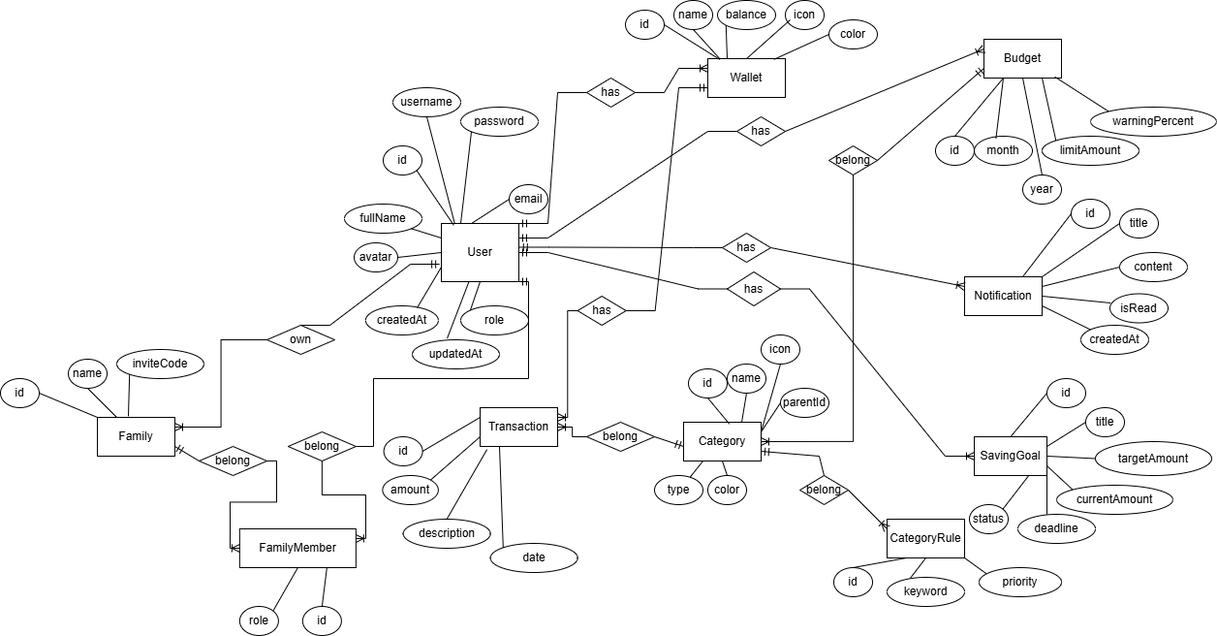
This is docs/phantich/erd.drawio.png from KhoiLMinh/personal-finance-management, a draw.io export, as it was before one commit. Source tidied: cells renumbered, new cells last; positions are measured from the earlier drawing's top-left corner, leaving out a move shared by most shapes.
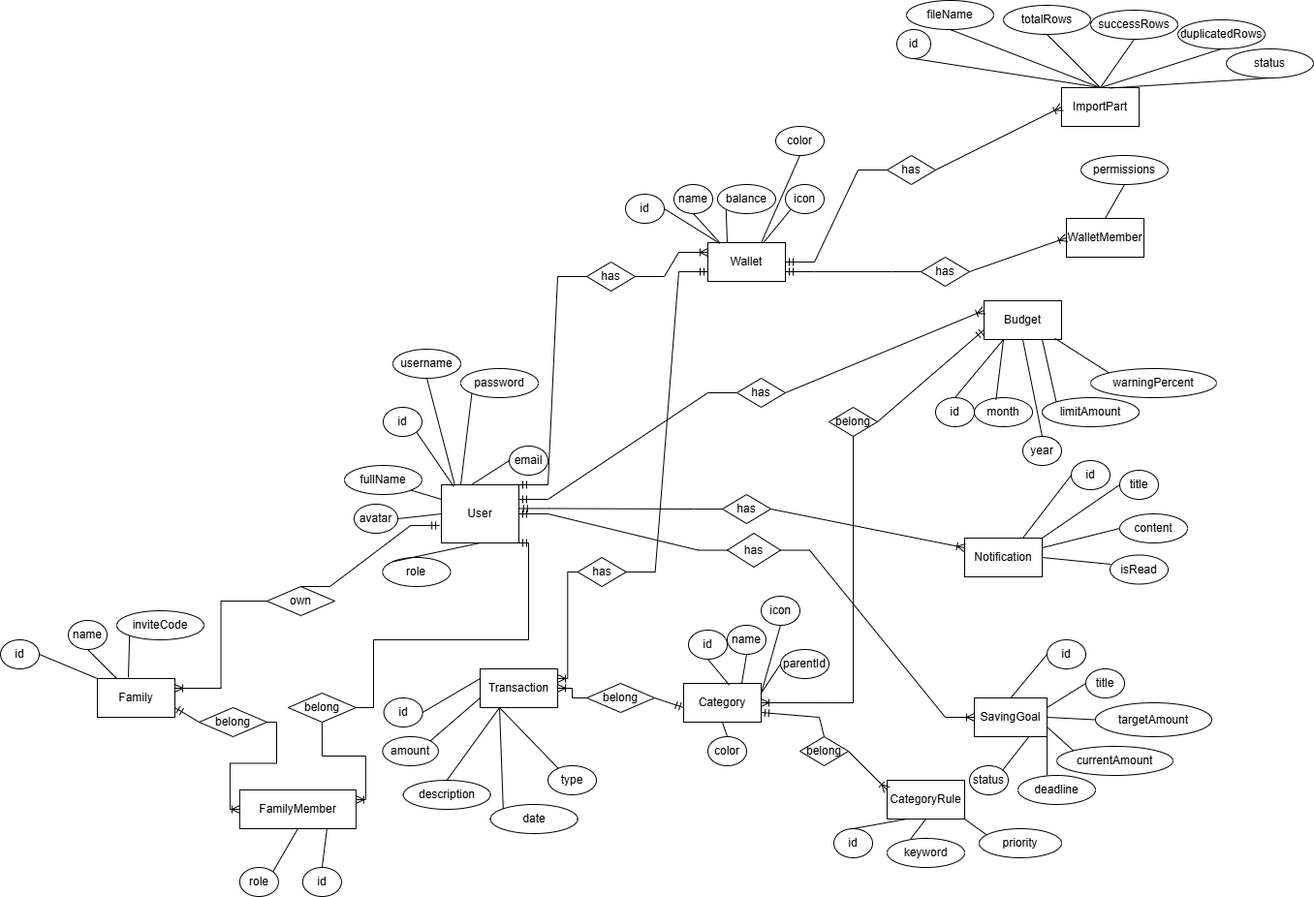
The same diagram one commit later.

Commit message:
Them khao sat 1 ung dung, bang so sanh, cac yeu cau chuc nang va phi chuc nang, so do usecase/ dacta usecase, so do lop

The edit, as a diff of the source:
```diff
@@ -6,7 +6,7 @@
       <mxGeometry x="455" y="230" width="80" height="60" as="geometry" />
     </mxCell>
     <mxCell id="3" value="Wallet" style="rounded=0;whiteSpace=wrap;html=1;" parent="1" vertex="1">
-      <mxGeometry x="730" y="60" width="80" height="40" as="geometry" />
+      <mxGeometry x="730" y="-20" width="80" height="40" as="geometry" />
     </mxCell>
     <mxCell id="4" value="Category" style="rounded=0;whiteSpace=wrap;html=1;" parent="1" vertex="1">
       <mxGeometry x="705" y="435" width="80" height="40" as="geometry" />
@@ -26,9 +26,6 @@
     <mxCell id="9" value="id" style="ellipse;whiteSpace=wrap;html=1;" parent="1" vertex="1">
       <mxGeometry x="395" y="150" width="40" height="30" as="geometry" />
     </mxCell>
-    <mxCell id="10" value="createdAt" style="ellipse;whiteSpace=wrap;html=1;" parent="1" vertex="1">
-      <mxGeometry x="376.9" y="315" width="75" height="30" as="geometry" />
-    </mxCell>
     <mxCell id="11" value="avatar" style="ellipse;whiteSpace=wrap;html=1;" parent="1" vertex="1">
       <mxGeometry x="365" y="250" width="45" height="30" as="geometry" />
     </mxCell>
@@ -42,14 +39,11 @@
       <mxGeometry x="475" y="110" width="80" height="30" as="geometry" />
     </mxCell>
     <mxCell id="15" value="id" style="ellipse;whiteSpace=wrap;html=1;" parent="1" vertex="1">
-      <mxGeometry x="645" y="10" width="40" height="30" as="geometry" />
+      <mxGeometry x="645" y="-70" width="40" height="30" as="geometry" />
     </mxCell>
     <mxCell id="16" value="role" style="ellipse;whiteSpace=wrap;html=1;" parent="1" vertex="1">
-      <mxGeometry x="475" y="315" width="70" height="30" as="geometry" />
+      <mxGeometry x="394.4" y="305" width="70" height="30" as="geometry" />
     </mxCell>
-    <mxCell id="17" value="updatedAt" style="ellipse;whiteSpace=wrap;html=1;" parent="1" vertex="1">
-      <mxGeometry x="425" y="350" width="90" height="30" as="geometry" />
-    </mxCell>
     <mxCell id="18" value="username" style="ellipse;whiteSpace=wrap;html=1;" parent="1" vertex="1">
       <mxGeometry x="405" y="90" width="70" height="30" as="geometry" />
     </mxCell>
@@ -74,26 +68,20 @@
     <mxCell id="25" style="endArrow=none;html=1;rounded=0;exitX=1;exitY=0.5;exitDx=0;exitDy=0;entryX=0;entryY=0.5;entryDx=0;entryDy=0;" parent="1" edge="1" source="11" target="2">
       <mxGeometry relative="1" as="geometry" />
     </mxCell>
-    <mxCell id="26" style="endArrow=none;html=1;rounded=0;exitX=0.709;exitY=0.067;exitDx=0;exitDy=0;entryX=0;entryY=0.75;entryDx=0;entryDy=0;exitPerimeter=0;" parent="1" edge="1" source="10" target="2">
-      <mxGeometry relative="1" as="geometry" />
-    </mxCell>
-    <mxCell id="27" style="endArrow=none;html=1;rounded=0;exitX=0.4;exitY=-0.047;exitDx=0;exitDy=0;exitPerimeter=0;" parent="1" edge="1" source="17" target="2">
-      <mxGeometry relative="1" as="geometry" />
-    </mxCell>
     <mxCell id="28" style="endArrow=none;html=1;rounded=0;entryX=0;entryY=0;entryDx=0;entryDy=0;exitX=0.5;exitY=1;exitDx=0;exitDy=0;" parent="1" edge="1" source="2" target="16">
       <mxGeometry relative="1" as="geometry" />
     </mxCell>
     <mxCell id="29" value="balance" style="ellipse;whiteSpace=wrap;html=1;" parent="1" vertex="1">
-      <mxGeometry x="740" width="60" height="30" as="geometry" />
+      <mxGeometry x="740" y="-80" width="60" height="30" as="geometry" />
     </mxCell>
     <mxCell id="30" value="name" style="ellipse;whiteSpace=wrap;html=1;" parent="1" vertex="1">
-      <mxGeometry x="695" width="40" height="30" as="geometry" />
+      <mxGeometry x="695" y="-80" width="40" height="30" as="geometry" />
     </mxCell>
     <mxCell id="31" value="icon" style="ellipse;whiteSpace=wrap;html=1;" parent="1" vertex="1">
-      <mxGeometry x="810" width="40" height="30" as="geometry" />
+      <mxGeometry x="810" y="-80" width="40" height="30" as="geometry" />
     </mxCell>
     <mxCell id="32" value="color" style="ellipse;whiteSpace=wrap;html=1;" parent="1" vertex="1">
-      <mxGeometry x="855" y="20" width="50" height="30" as="geometry" />
+      <mxGeometry x="800" y="-140" width="50" height="30" as="geometry" />
     </mxCell>
     <mxCell id="33" value="description" style="ellipse;whiteSpace=wrap;html=1;" parent="1" vertex="1">
       <mxGeometry x="415.6" y="535" width="90" height="30" as="geometry" />
@@ -128,10 +116,10 @@
     <mxCell id="43" style="endArrow=none;html=1;rounded=0;exitX=0.25;exitY=0;exitDx=0;exitDy=0;entryX=0;entryY=1;entryDx=0;entryDy=0;" parent="1" edge="1" source="3" target="29">
       <mxGeometry relative="1" as="geometry" />
     </mxCell>
-    <mxCell id="44" style="endArrow=none;html=1;rounded=0;exitX=0.5;exitY=0;exitDx=0;exitDy=0;entryX=0.125;entryY=0.667;entryDx=0;entryDy=0;entryPerimeter=0;" parent="1" edge="1" source="3" target="31">
+    <mxCell id="44" style="endArrow=none;html=1;rounded=0;exitX=0.715;exitY=0.006;exitDx=0;exitDy=0;entryX=0;entryY=1;entryDx=0;entryDy=0;exitPerimeter=0;" parent="1" edge="1" source="3" target="31">
       <mxGeometry relative="1" as="geometry" />
     </mxCell>
-    <mxCell id="45" style="endArrow=none;html=1;rounded=0;exitX=0.853;exitY=0.02;exitDx=0;exitDy=0;entryX=0;entryY=0.5;entryDx=0;entryDy=0;exitPerimeter=0;" parent="1" edge="1" source="3" target="32">
+    <mxCell id="45" style="endArrow=none;html=1;rounded=0;entryX=0.5;entryY=1;entryDx=0;entryDy=0;exitX=0.688;exitY=0.006;exitDx=0;exitDy=0;exitPerimeter=0;" parent="1" edge="1" source="3" target="32">
       <mxGeometry relative="1" as="geometry" />
     </mxCell>
     <mxCell id="46" style="endArrow=none;html=1;rounded=0;exitX=0.59;exitY=0.045;exitDx=0;exitDy=0;entryX=0.5;entryY=1;entryDx=0;entryDy=0;exitPerimeter=0;" parent="1" edge="1" source="4" target="37">
@@ -164,18 +152,12 @@
     <mxCell id="55" style="endArrow=none;html=1;rounded=0;entryX=1;entryY=0;entryDx=0;entryDy=0;exitX=0;exitY=0.75;exitDx=0;exitDy=0;" parent="1" edge="1" source="5" target="34">
       <mxGeometry relative="1" as="geometry" />
     </mxCell>
-    <mxCell id="56" style="endArrow=none;html=1;rounded=0;entryX=0.5;entryY=0;entryDx=0;entryDy=0;exitX=0.089;exitY=1.078;exitDx=0;exitDy=0;exitPerimeter=0;" parent="1" edge="1" source="5" target="33">
+    <mxCell id="56" style="endArrow=none;html=1;rounded=0;entryX=0.5;entryY=0;entryDx=0;entryDy=0;exitX=0.25;exitY=1;exitDx=0;exitDy=0;" parent="1" edge="1" source="5" target="33">
       <mxGeometry relative="1" as="geometry" />
     </mxCell>
     <mxCell id="57" style="endArrow=none;html=1;rounded=0;entryX=0;entryY=0;entryDx=0;entryDy=0;exitX=0.25;exitY=1;exitDx=0;exitDy=0;" parent="1" edge="1" source="5" target="54">
       <mxGeometry relative="1" as="geometry" />
     </mxCell>
-    <mxCell id="58" value="type" style="ellipse;whiteSpace=wrap;html=1;" parent="1" vertex="1">
-      <mxGeometry x="675" y="490" width="50" height="30" as="geometry" />
-    </mxCell>
-    <mxCell id="59" style="endArrow=none;html=1;rounded=0;exitX=0.25;exitY=1;exitDx=0;exitDy=0;entryX=0.733;entryY=0.059;entryDx=0;entryDy=0;entryPerimeter=0;" parent="1" edge="1" source="4" target="58">
-      <mxGeometry relative="1" as="geometry" />
-    </mxCell>
     <mxCell id="60" style="endArrow=none;html=1;rounded=0;exitX=0.25;exitY=1;exitDx=0;exitDy=0;entryX=0.5;entryY=0;entryDx=0;entryDy=0;" parent="1" edge="1" source="6" target="49">
       <mxGeometry relative="1" as="geometry" />
     </mxCell>
@@ -192,7 +174,7 @@
       <mxGeometry relative="1" as="geometry" />
     </mxCell>
     <mxCell id="65" value="has" style="rhombus;whiteSpace=wrap;html=1;" parent="1" vertex="1">
-      <mxGeometry x="605" y="80" width="50" height="30" as="geometry" />
+      <mxGeometry x="605" width="50" height="30" as="geometry" />
     </mxCell>
     <mxCell id="66" style="edgeStyle=entityRelationEdgeStyle;fontSize=12;html=1;endArrow=ERmandOne;rounded=0;entryX=1;entryY=0;entryDx=0;entryDy=0;exitX=0;exitY=0.5;exitDx=0;exitDy=0;" parent="1" edge="1" source="65" target="2">
       <mxGeometry relative="1" as="geometry" />
@@ -290,9 +272,6 @@
     <mxCell id="97" value="isRead" style="ellipse;whiteSpace=wrap;html=1;" parent="1" vertex="1">
       <mxGeometry x="1145" y="302.5" width="60" height="30" as="geometry" />
     </mxCell>
-    <mxCell id="98" value="createdAt" style="ellipse;whiteSpace=wrap;html=1;" parent="1" vertex="1">
-      <mxGeometry x="1115" y="335" width="70" height="30" as="geometry" />
-    </mxCell>
     <mxCell id="99" style="endArrow=none;html=1;rounded=0;exitX=0;exitY=0.5;exitDx=0;exitDy=0;entryX=0.75;entryY=0;entryDx=0;entryDy=0;" parent="1" edge="1" source="94" target="7">
       <mxGeometry relative="1" as="geometry" />
     </mxCell>
@@ -305,9 +284,6 @@
     <mxCell id="102" style="endArrow=none;html=1;rounded=0;exitX=0.013;exitY=0.317;exitDx=0;exitDy=0;entryX=1;entryY=0.5;entryDx=0;entryDy=0;exitPerimeter=0;" parent="1" edge="1" source="97" target="7">
       <mxGeometry relative="1" as="geometry" />
     </mxCell>
-    <mxCell id="103" style="endArrow=none;html=1;rounded=0;exitX=0;exitY=0;exitDx=0;exitDy=0;entryX=1;entryY=0.75;entryDx=0;entryDy=0;" parent="1" edge="1" source="98" target="7">
-      <mxGeometry relative="1" as="geometry" />
-    </mxCell>
     <mxCell id="104" value="has" style="rhombus;whiteSpace=wrap;html=1;" parent="1" vertex="1">
       <mxGeometry x="745" y="240" width="50" height="30" as="geometry" />
     </mxCell>
@@ -432,5 +408,77 @@
     <mxCell id="141" style="endArrow=none;html=1;rounded=0;entryX=1;entryY=1;entryDx=0;entryDy=0;exitX=0.086;exitY=0.203;exitDx=0;exitDy=0;exitPerimeter=0;" parent="1" edge="1" source="140" target="132">
       <mxGeometry relative="1" as="geometry" />
     </mxCell>
+    <mxCell id="58" value="type" style="ellipse;whiteSpace=wrap;html=1;" parent="1" vertex="1">
+      <mxGeometry x="565" y="520" width="50" height="30" as="geometry" />
+    </mxCell>
+    <mxCell id="142" style="endArrow=none;html=1;rounded=0;exitX=0.25;exitY=1;exitDx=0;exitDy=0;entryX=0.214;entryY=0.095;entryDx=0;entryDy=0;entryPerimeter=0;" parent="1" edge="1" source="5" target="58">
+      <mxGeometry relative="1" as="geometry" />
+    </mxCell>
+    <mxCell id="143" style="edgeStyle=entityRelationEdgeStyle;fontSize=12;html=1;endArrow=ERmandOne;rounded=0;entryX=1;entryY=0.75;entryDx=0;entryDy=0;exitX=0;exitY=0.5;exitDx=0;exitDy=0;" parent="1" edge="1" source="144" target="3">
+      <mxGeometry relative="1" as="geometry" />
+    </mxCell>
+    <mxCell id="144" value="has" style="rhombus;whiteSpace=wrap;html=1;" parent="1" vertex="1">
+      <mxGeometry x="950" y="-5" width="50" height="30" as="geometry" />
+    </mxCell>
+    <mxCell id="145" value="WalletMember" style="rounded=0;whiteSpace=wrap;html=1;" parent="1" vertex="1">
+      <mxGeometry x="1100" y="-45" width="80" height="40" as="geometry" />
+    </mxCell>
+    <mxCell id="146" style="fontSize=12;html=1;endArrow=ERoneToMany;rounded=0;exitX=1;exitY=0.5;exitDx=0;exitDy=0;entryX=0;entryY=0.5;entryDx=0;entryDy=0;" parent="1" edge="1" source="144" target="145">
+      <mxGeometry relative="1" as="geometry" />
+    </mxCell>
+    <mxCell id="147" value="permissions" style="ellipse;whiteSpace=wrap;html=1;" parent="1" vertex="1">
+      <mxGeometry x="1115" y="-110" width="90" height="30" as="geometry" />
+    </mxCell>
+    <mxCell id="148" style="endArrow=none;html=1;rounded=0;entryX=0.5;entryY=0;entryDx=0;entryDy=0;exitX=0.5;exitY=1;exitDx=0;exitDy=0;" parent="1" edge="1" source="147" target="145">
+      <mxGeometry relative="1" as="geometry" />
+    </mxCell>
+    <mxCell id="149" value="ImportPart" style="rounded=0;whiteSpace=wrap;html=1;" parent="1" vertex="1">
+      <mxGeometry x="1095" y="-180" width="80" height="40" as="geometry" />
+    </mxCell>
+    <mxCell id="150" value="successRows" style="ellipse;whiteSpace=wrap;html=1;" parent="1" vertex="1">
+      <mxGeometry x="1125" y="-260" width="90" height="30" as="geometry" />
+    </mxCell>
+    <mxCell id="151" style="endArrow=none;html=1;rounded=0;exitX=0.5;exitY=1;exitDx=0;exitDy=0;entryX=0.5;entryY=0;entryDx=0;entryDy=0;" parent="1" edge="1" source="150" target="149">
+      <mxGeometry relative="1" as="geometry" />
+    </mxCell>
+    <mxCell id="152" value="duplicatedRows" style="ellipse;whiteSpace=wrap;html=1;" parent="1" vertex="1">
+      <mxGeometry x="1215" y="-250" width="90" height="30" as="geometry" />
+    </mxCell>
+    <mxCell id="153" style="endArrow=none;html=1;rounded=0;entryX=0.5;entryY=0;entryDx=0;entryDy=0;exitX=0.5;exitY=1;exitDx=0;exitDy=0;" parent="1" edge="1" source="152" target="149">
+      <mxGeometry relative="1" as="geometry" />
+    </mxCell>
+    <mxCell id="154" value="status" style="ellipse;whiteSpace=wrap;html=1;" parent="1" vertex="1">
+      <mxGeometry x="1265" y="-220" width="90" height="30" as="geometry" />
+    </mxCell>
+    <mxCell id="155" style="endArrow=none;html=1;rounded=0;entryX=0.62;entryY=0.011;entryDx=0;entryDy=0;exitX=0.5;exitY=1;exitDx=0;exitDy=0;entryPerimeter=0;" parent="1" edge="1" source="154" target="149">
+      <mxGeometry relative="1" as="geometry" />
+    </mxCell>
+    <mxCell id="156" value="totalRows" style="ellipse;whiteSpace=wrap;html=1;" parent="1" vertex="1">
+      <mxGeometry x="1035" y="-265" width="90" height="30" as="geometry" />
+    </mxCell>
+    <mxCell id="157" style="endArrow=none;html=1;rounded=0;entryX=0.5;entryY=0;entryDx=0;entryDy=0;exitX=0.5;exitY=1;exitDx=0;exitDy=0;" parent="1" edge="1" source="156" target="149">
+      <mxGeometry relative="1" as="geometry" />
+    </mxCell>
+    <mxCell id="158" value="id" style="ellipse;whiteSpace=wrap;html=1;" parent="1" vertex="1">
+      <mxGeometry x="925" y="-240" width="35" height="30" as="geometry" />
+    </mxCell>
+    <mxCell id="159" style="endArrow=none;html=1;rounded=0;entryX=0.5;entryY=0;entryDx=0;entryDy=0;exitX=0.5;exitY=1;exitDx=0;exitDy=0;" parent="1" edge="1" source="158" target="149">
+      <mxGeometry relative="1" as="geometry" />
+    </mxCell>
+    <mxCell id="160" value="fileName" style="ellipse;whiteSpace=wrap;html=1;" parent="1" vertex="1">
+      <mxGeometry x="935" y="-270" width="90" height="30" as="geometry" />
+    </mxCell>
+    <mxCell id="161" style="endArrow=none;html=1;rounded=0;entryX=0.5;entryY=0;entryDx=0;entryDy=0;exitX=0.5;exitY=1;exitDx=0;exitDy=0;" parent="1" edge="1" source="160" target="149">
+      <mxGeometry relative="1" as="geometry" />
+    </mxCell>
+    <mxCell id="162" value="has" style="rhombus;whiteSpace=wrap;html=1;" parent="1" vertex="1">
+      <mxGeometry x="915" y="-110" width="50" height="30" as="geometry" />
+    </mxCell>
+    <mxCell id="163" style="edgeStyle=entityRelationEdgeStyle;fontSize=12;html=1;endArrow=ERmandOne;rounded=0;entryX=1;entryY=0.5;entryDx=0;entryDy=0;exitX=0;exitY=0.5;exitDx=0;exitDy=0;" parent="1" edge="1" source="162" target="3">
+      <mxGeometry relative="1" as="geometry" />
+    </mxCell>
+    <mxCell id="164" style="fontSize=12;html=1;endArrow=ERoneToMany;rounded=0;exitX=1;exitY=0.5;exitDx=0;exitDy=0;entryX=0;entryY=0.5;entryDx=0;entryDy=0;" parent="1" edge="1" source="162" target="149">
+      <mxGeometry relative="1" as="geometry" />
+    </mxCell>
   </root>
 </mxGraphModel>
```
